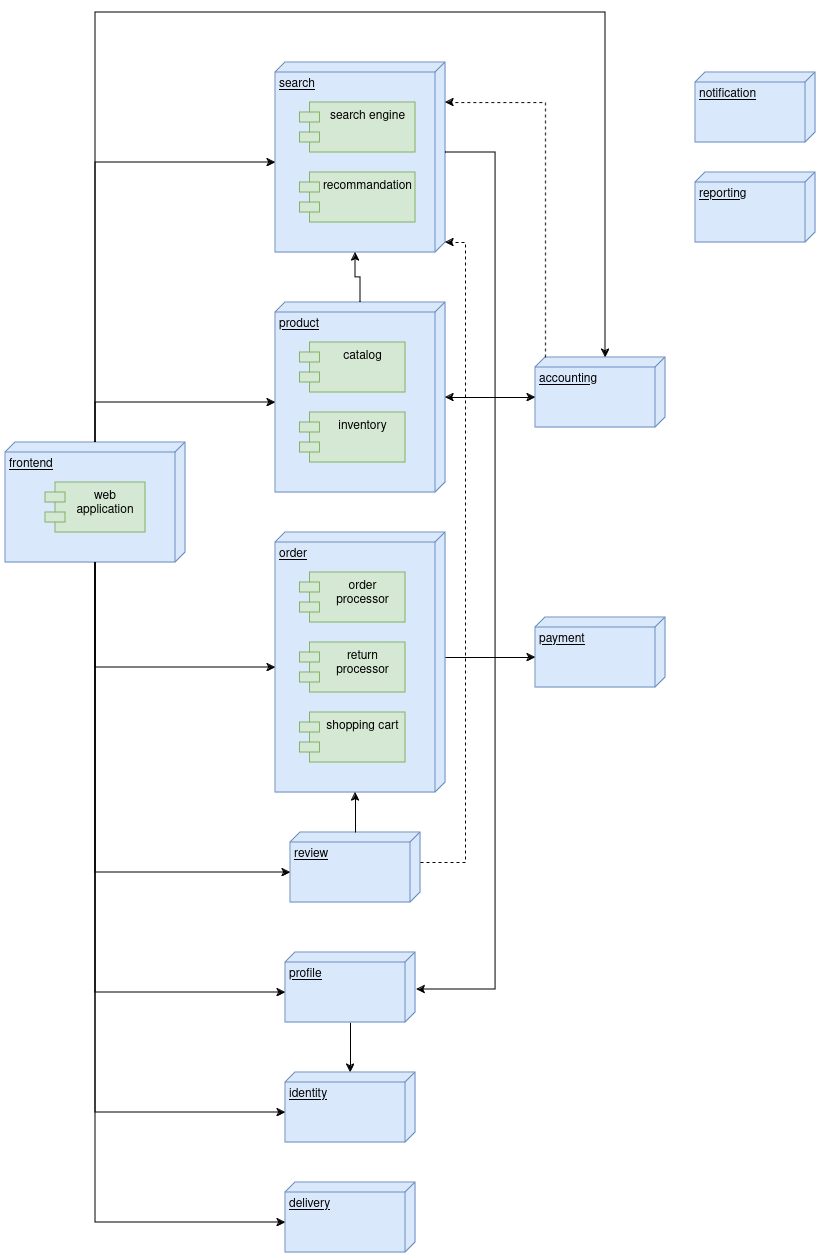
Above: workflows/components_architecture.png in movies-albrains/.github (draw.io), before the change. Source tidied: cells renumbered, new cells last; positions are measured from the earlier drawing's top-left corner, leaving out a move shared by most shapes.
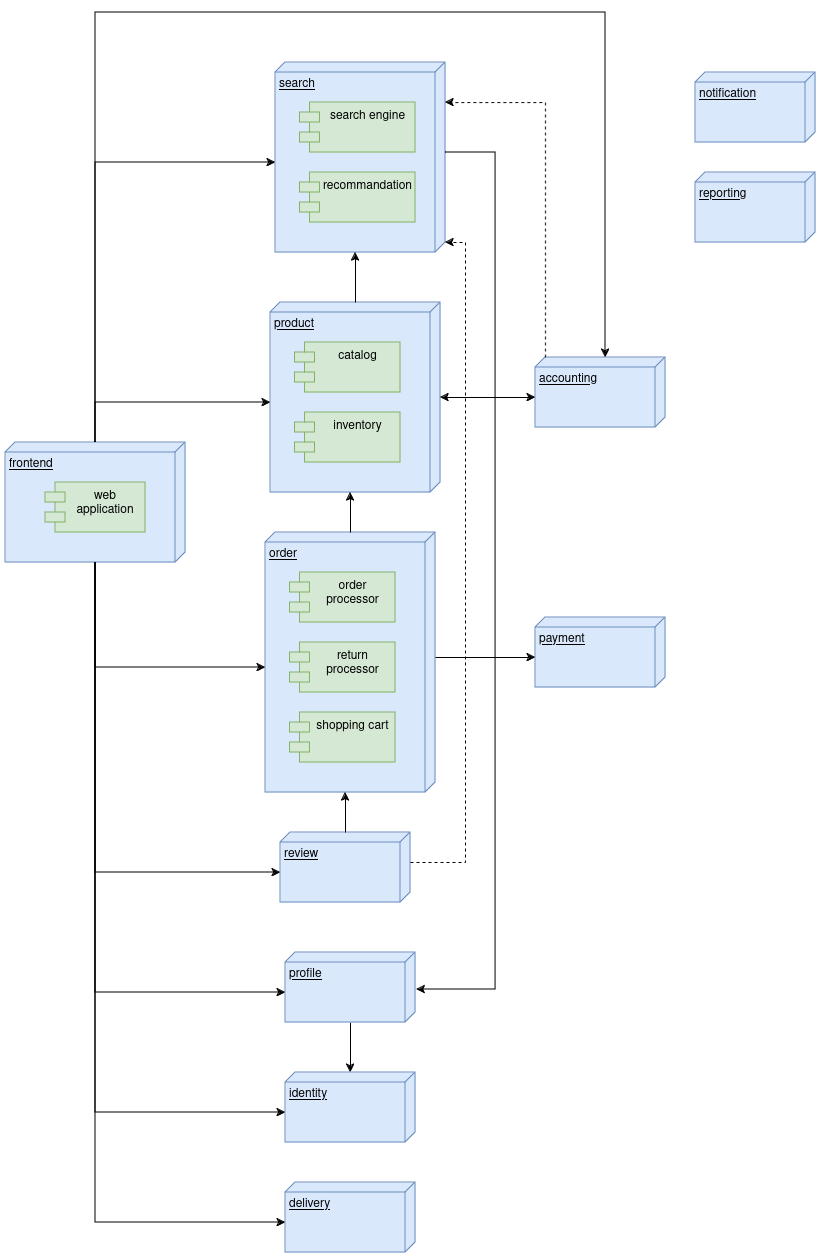
The same diagram one commit later.

Change to the diagram source:
```diff
@@ -9,7 +9,7 @@
       <mxGeometry x="40" y="40" width="100" height="50" as="geometry" />
     </mxCell>
     <mxCell id="4" value="order" style="verticalAlign=top;align=left;spacingTop=8;spacingLeft=2;spacingRight=12;shape=cube;size=10;direction=south;fontStyle=4;html=1;whiteSpace=wrap;fillColor=#dae8fc;strokeColor=#6c8ebf;" parent="1" vertex="1">
-      <mxGeometry x="270" y="520" width="170" height="260" as="geometry" />
+      <mxGeometry x="260" y="520" width="170" height="260" as="geometry" />
     </mxCell>
     <mxCell id="5" value="order processor" style="shape=module;align=left;spacingLeft=20;align=center;verticalAlign=top;whiteSpace=wrap;html=1;fillColor=#d5e8d4;strokeColor=#82b366;" parent="4" vertex="1">
       <mxGeometry x="24.5" y="40" width="105.5" height="50" as="geometry" />
@@ -33,7 +33,7 @@
       <mxGeometry x="690" y="160" width="120" height="70" as="geometry" />
     </mxCell>
     <mxCell id="12" value="product" style="verticalAlign=top;align=left;spacingTop=8;spacingLeft=2;spacingRight=12;shape=cube;size=10;direction=south;fontStyle=4;html=1;whiteSpace=wrap;fillColor=#dae8fc;strokeColor=#6c8ebf;" parent="1" vertex="1">
-      <mxGeometry x="270" y="290" width="170" height="190" as="geometry" />
+      <mxGeometry x="265" y="290" width="170" height="190" as="geometry" />
     </mxCell>
     <mxCell id="13" value="catalog" style="shape=module;align=left;spacingLeft=20;align=center;verticalAlign=top;whiteSpace=wrap;html=1;fillColor=#d5e8d4;strokeColor=#82b366;" parent="12" vertex="1">
       <mxGeometry x="24.5" y="40" width="105.5" height="50" as="geometry" />
@@ -51,7 +51,7 @@
       <mxGeometry x="280" y="1060" width="130" height="70" as="geometry" />
     </mxCell>
     <mxCell id="18" value="review" style="verticalAlign=top;align=left;spacingTop=8;spacingLeft=2;spacingRight=12;shape=cube;size=10;direction=south;fontStyle=4;html=1;whiteSpace=wrap;fillColor=#dae8fc;strokeColor=#6c8ebf;" parent="1" vertex="1">
-      <mxGeometry x="285" y="820" width="130" height="70" as="geometry" />
+      <mxGeometry x="275" y="820" width="130" height="70" as="geometry" />
     </mxCell>
     <mxCell id="19" value="search" style="verticalAlign=top;align=left;spacingTop=8;spacingLeft=2;spacingRight=12;shape=cube;size=10;direction=south;fontStyle=4;html=1;whiteSpace=wrap;fillColor=#dae8fc;strokeColor=#6c8ebf;" parent="1" vertex="1">
       <mxGeometry x="270" y="50" width="170" height="190" as="geometry" />
@@ -148,5 +148,8 @@
     <mxCell id="37" style="edgeStyle=orthogonalEdgeStyle;rounded=0;jettySize=auto;html=1;entryX=0;entryY=0;entryDx=260;entryDy=90;entryPerimeter=0;" parent="1" edge="1" source="18" target="4">
       <mxGeometry relative="1" as="geometry" />
     </mxCell>
+    <mxCell id="38" style="edgeStyle=orthogonalEdgeStyle;rounded=0;jettySize=auto;html=1;entryX=0;entryY=0;entryDx=190;entryDy=90;entryPerimeter=0;" parent="1" edge="1" source="4" target="12">
+      <mxGeometry relative="1" as="geometry" />
+    </mxCell>
   </root>
 </mxGraphModel>
```
